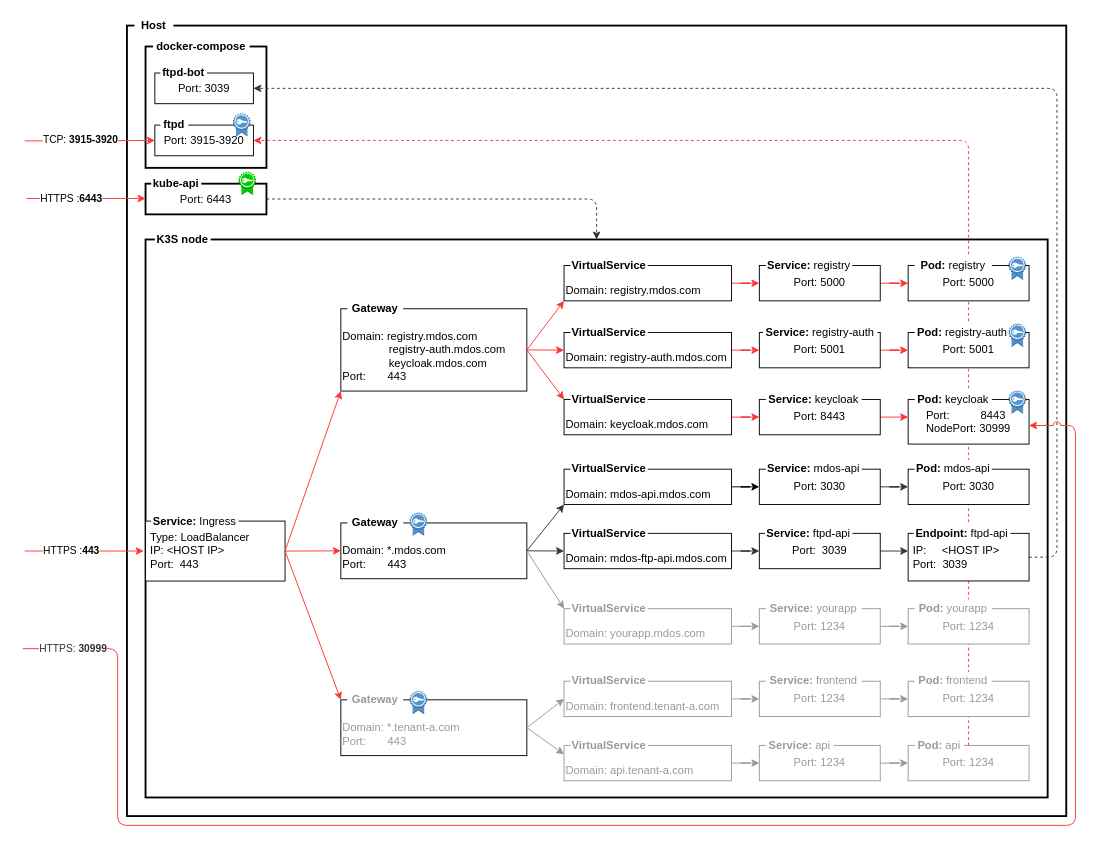
mdundek/mdos keeps this draw.io diagram as page "Networking" (5 of 6) of mdos-docs/architecture.drawio. Above is the earlier version. Source tidied: cells renumbered, new cells numbered last; positions are measured from the earlier drawing's top-left corner, leaving out a move shared by most shapes. Both pictures are drawn from the tidied source at 93%, with x=0, y=0 at pixel (22, 16).
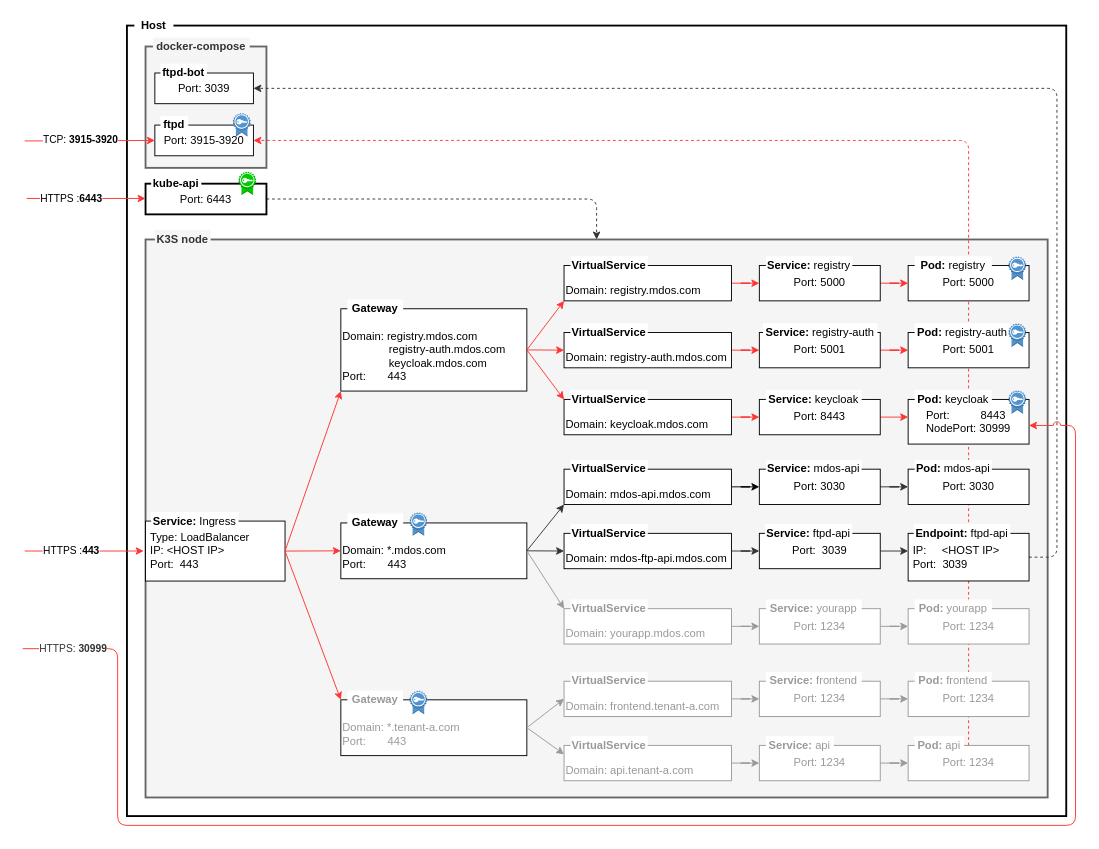
After the change.

Commit message:
upd draw.io diagrams

Change to the diagram source:
```diff
@@
-    <mxCell id="4" style="rounded=0;whiteSpace=wrap;html=1;fillColor=default;strokeWidth=2;" parent="1" vertex="1">
+    <mxCell id="4" style="rounded=0;whiteSpace=wrap;html=1;fillColor=#f5f5f5;strokeWidth=2;fontColor=#333333;strokeColor=#666666;" parent="1" vertex="1">
       <mxGeometry x="132" y="240" width="970" height="600" as="geometry" />
     </mxCell>
-    <mxCell id="5" value="&lt;b&gt;K3S node&lt;/b&gt;" style="text;html=1;align=center;verticalAlign=middle;whiteSpace=wrap;rounded=0;fillColor=default;" parent="1" vertex="1">
+    <mxCell id="5" value="&lt;b&gt;K3S node&lt;/b&gt;" style="text;html=1;align=center;verticalAlign=middle;whiteSpace=wrap;rounded=0;fillColor=#f5f5f5;fontColor=#333333;strokeColor=none;" parent="1" vertex="1">
       <mxGeometry x="142" y="230" width="60" height="20" as="geometry" />
     </mxCell>
@@
-    <mxCell id="68" style="rounded=0;whiteSpace=wrap;html=1;fillColor=default;strokeWidth=2;" parent="1" vertex="1">
+    <mxCell id="68" style="rounded=0;whiteSpace=wrap;html=1;fillColor=#f5f5f5;strokeWidth=2;fontColor=#333333;strokeColor=#666666;" parent="1" vertex="1">
       <mxGeometry x="132" y="32.5" width="130" height="130.5" as="geometry" />
     </mxCell>
-    <mxCell id="69" value="docker-compose" style="text;html=1;align=center;verticalAlign=middle;whiteSpace=wrap;rounded=0;fillColor=default;fontStyle=1;" parent="1" vertex="1">
+    <mxCell id="69" value="docker-compose" style="text;html=1;align=center;verticalAlign=middle;whiteSpace=wrap;rounded=0;fillColor=#f5f5f5;fontStyle=1;fontColor=#333333;strokeColor=none;" parent="1" vertex="1">
       <mxGeometry x="140" y="23" width="104" height="19" as="geometry" />
     </mxCell>
```
